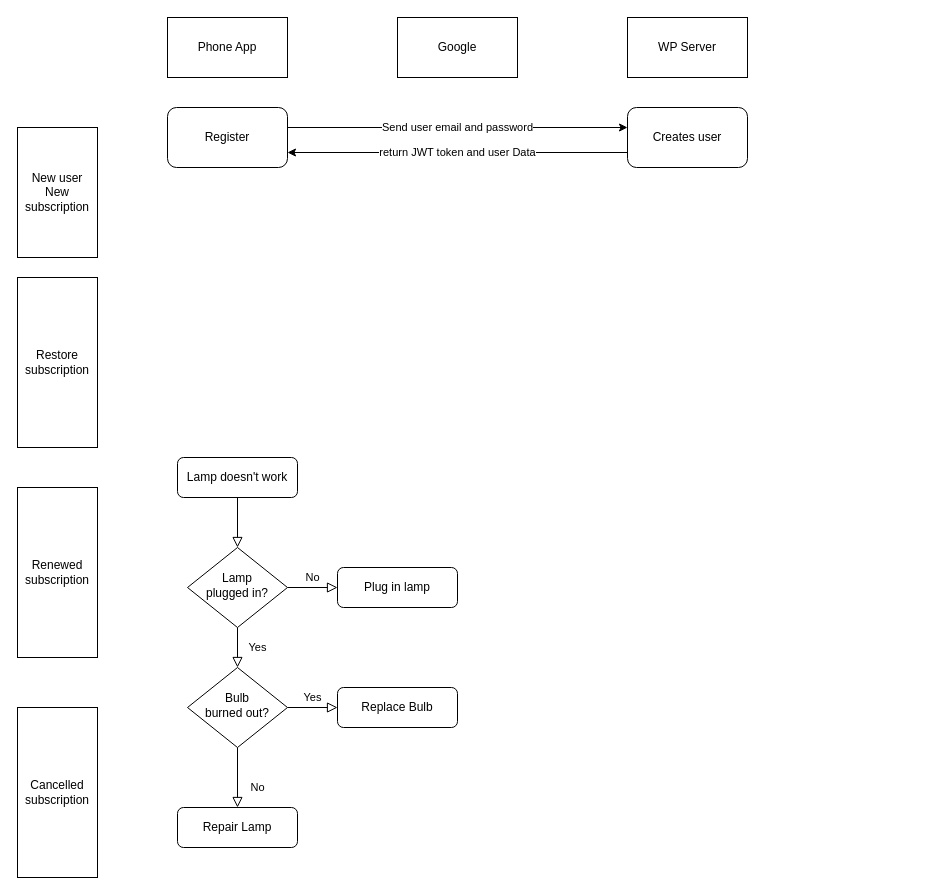
Before: Untitled Diagram.drawio in alordiel/block-schemas, a draw.io diagram. Source tidied: cells renumbered, new cells numbered last; positions are measured from the earlier drawing's top-left corner, leaving out a move shared by most shapes. Both pictures are drawn from the tidied source at 100%, with x=0, y=0 at pixel (17, 17).
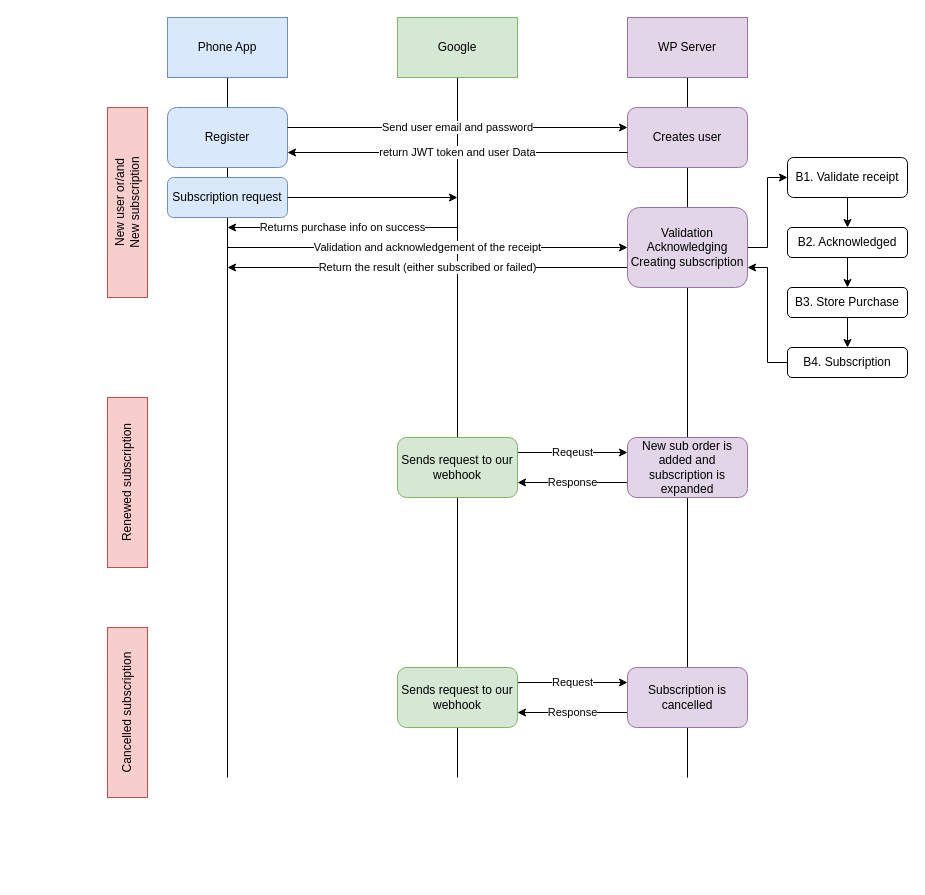
Above is the later version.

Commit message:
Finished the main processes

What changed in the source:
```diff
@@
-    <mxCell id="2" style="rounded=0;html=1;jettySize=auto;fontSize=11;endArrow=block;endFill=0;endSize=8;strokeWidth=1;shadow=0;labelBackgroundColor=none;edgeStyle=orthogonalEdgeStyle;" parent="1" edge="1" source="3" target="6">
-      <mxGeometry relative="1" as="geometry" />
-    </mxCell>
-    <mxCell id="3" value="Lamp doesn't work" style="rounded=1;whiteSpace=wrap;html=1;fontSize=12;glass=0;strokeWidth=1;shadow=0;" parent="1" vertex="1">
-      <mxGeometry x="160" y="440" width="120" height="40" as="geometry" />
-    </mxCell>
-    <mxCell id="4" value="Yes" style="rounded=0;html=1;jettySize=auto;fontSize=11;endArrow=block;endFill=0;endSize=8;strokeWidth=1;shadow=0;labelBackgroundColor=none;edgeStyle=orthogonalEdgeStyle;" parent="1" edge="1" source="6" target="10">
-      <mxGeometry y="20" relative="1" as="geometry" />
-    </mxCell>
-    <mxCell id="5" value="No" style="edgeStyle=orthogonalEdgeStyle;rounded=0;html=1;jettySize=auto;fontSize=11;endArrow=block;endFill=0;endSize=8;strokeWidth=1;shadow=0;labelBackgroundColor=none;" parent="1" edge="1" source="6" target="7">
-      <mxGeometry y="10" relative="1" as="geometry" />
-    </mxCell>
-    <mxCell id="6" value="Lamp&lt;br&gt;plugged in?" style="rhombus;whiteSpace=wrap;html=1;shadow=0;fontFamily=Helvetica;fontSize=12;align=center;strokeWidth=1;spacing=6;spacingTop=-4;" parent="1" vertex="1">
-      <mxGeometry x="170" y="530" width="100" height="80" as="geometry" />
-    </mxCell>
-    <mxCell id="7" value="Plug in lamp" style="rounded=1;whiteSpace=wrap;html=1;fontSize=12;glass=0;strokeWidth=1;shadow=0;" parent="1" vertex="1">
-      <mxGeometry x="320" y="550" width="120" height="40" as="geometry" />
-    </mxCell>
-    <mxCell id="8" value="No" style="rounded=0;html=1;jettySize=auto;fontSize=11;endArrow=block;endFill=0;endSize=8;strokeWidth=1;shadow=0;labelBackgroundColor=none;edgeStyle=orthogonalEdgeStyle;" parent="1" edge="1" source="10" target="11">
-      <mxGeometry x="0.33" y="20" relative="1" as="geometry" />
-    </mxCell>
-    <mxCell id="9" value="Yes" style="edgeStyle=orthogonalEdgeStyle;rounded=0;html=1;jettySize=auto;fontSize=11;endArrow=block;endFill=0;endSize=8;strokeWidth=1;shadow=0;labelBackgroundColor=none;" parent="1" edge="1" source="10" target="12">
-      <mxGeometry y="10" relative="1" as="geometry" />
-    </mxCell>
-    <mxCell id="10" value="Bulb&lt;br&gt;burned out?" style="rhombus;whiteSpace=wrap;html=1;shadow=0;fontFamily=Helvetica;fontSize=12;align=center;strokeWidth=1;spacing=6;spacingTop=-4;" parent="1" vertex="1">
-      <mxGeometry x="170" y="650" width="100" height="80" as="geometry" />
-    </mxCell>
-    <mxCell id="11" value="Repair Lamp" style="rounded=1;whiteSpace=wrap;html=1;fontSize=12;glass=0;strokeWidth=1;shadow=0;" parent="1" vertex="1">
-      <mxGeometry x="160" y="790" width="120" height="40" as="geometry" />
-    </mxCell>
-    <mxCell id="12" value="Replace Bulb" style="rounded=1;whiteSpace=wrap;html=1;fontSize=12;glass=0;strokeWidth=1;shadow=0;" parent="1" vertex="1">
-      <mxGeometry x="320" y="670" width="120" height="40" as="geometry" />
-    </mxCell>
+    <mxCell id="24" style="endArrow=none;html=1;rounded=0;entryX=0.5;entryY=1;entryDx=0;entryDy=0;" parent="1" edge="1" target="14">
+      <mxGeometry relative="1" as="geometry">
+        <mxPoint x="210" y="760" as="sourcePoint" />
+      </mxGeometry>
+    </mxCell>
+    <mxCell id="25" style="endArrow=none;html=1;rounded=0;" parent="1" edge="1" source="34">
+      <mxGeometry relative="1" as="geometry">
+        <mxPoint x="670" y="60" as="targetPoint" />
+      </mxGeometry>
+    </mxCell>
+    <mxCell id="26" style="endArrow=none;html=1;rounded=0;" parent="1" edge="1" source="47">
+      <mxGeometry relative="1" as="geometry">
+        <mxPoint x="440" y="60" as="targetPoint" />
+      </mxGeometry>
+    </mxCell>
-    <mxCell id="13" value="Creates user" style="rounded=1;whiteSpace=wrap;html=1;" parent="1" vertex="1">
+    <mxCell id="13" value="Creates user" style="rounded=1;whiteSpace=wrap;html=1;fillColor=#e1d5e7;strokeColor=#9673a6;" parent="1" vertex="1">
       <mxGeometry x="610" y="90" width="120" height="60" as="geometry" />
     </mxCell>
-    <mxCell id="14" value="Phone App" style="rounded=0;whiteSpace=wrap;html=1;" parent="1" vertex="1">
+    <mxCell id="14" value="Phone App" style="rounded=0;whiteSpace=wrap;html=1;fillColor=#dae8fc;strokeColor=#6c8ebf;" parent="1" vertex="1">
       <mxGeometry x="150" width="120" height="60" as="geometry" />
     </mxCell>
-    <mxCell id="15" value="Google" style="rounded=0;whiteSpace=wrap;html=1;" parent="1" vertex="1">
+    <mxCell id="15" value="Google" style="rounded=0;whiteSpace=wrap;html=1;fillColor=#d5e8d4;strokeColor=#82b366;" parent="1" vertex="1">
       <mxGeometry x="380" width="120" height="60" as="geometry" />
     </mxCell>
-    <mxCell id="16" value="WP Server" style="rounded=0;whiteSpace=wrap;html=1;" parent="1" vertex="1">
+    <mxCell id="16" value="WP Server" style="rounded=0;whiteSpace=wrap;html=1;fillColor=#e1d5e7;strokeColor=#9673a6;" parent="1" vertex="1">
       <mxGeometry x="610" width="120" height="60" as="geometry" />
     </mxCell>
-    <mxCell id="17" value="&lt;div&gt;New user&lt;/div&gt;&lt;div&gt;New subscription&lt;br&gt;&lt;/div&gt;" style="rounded=0;whiteSpace=wrap;html=1;" parent="1" vertex="1">
-      <mxGeometry y="110" width="80" height="130" as="geometry" />
+    <mxCell id="17" value="&lt;div&gt;New user or/and&lt;br&gt;&lt;/div&gt;&lt;div&gt;New subscription&lt;br&gt;&lt;/div&gt;" style="rounded=0;whiteSpace=wrap;html=1;horizontal=0;fillColor=#f8cecc;strokeColor=#b85450;" parent="1" vertex="1">
+      <mxGeometry x="90" y="90" width="40" height="190" as="geometry" />
     </mxCell>
-    <mxCell id="18" value="Restore subscription" style="rounded=0;whiteSpace=wrap;html=1;" parent="1" vertex="1">
-      <mxGeometry y="260" width="80" height="170" as="geometry" />
-    </mxCell>
-    <mxCell id="19" value="Cancelled subscription" style="rounded=0;whiteSpace=wrap;html=1;" parent="1" vertex="1">
-      <mxGeometry y="690" width="80" height="170" as="geometry" />
+    <mxCell id="19" value="Cancelled subscription" style="rounded=0;whiteSpace=wrap;html=1;horizontal=0;fillColor=#f8cecc;strokeColor=#b85450;" parent="1" vertex="1">
+      <mxGeometry x="90" y="610" width="40" height="170" as="geometry" />
     </mxCell>
-    <mxCell id="20" value="Renewed subscription" style="rounded=0;whiteSpace=wrap;html=1;" parent="1" vertex="1">
-      <mxGeometry y="470" width="80" height="170" as="geometry" />
+    <mxCell id="20" value="Renewed subscription" style="rounded=0;whiteSpace=wrap;html=1;horizontal=0;fillColor=#f8cecc;strokeColor=#b85450;" parent="1" vertex="1">
+      <mxGeometry x="90" y="380" width="40" height="170" as="geometry" />
     </mxCell>
-    <mxCell id="21" value="Register" style="rounded=1;whiteSpace=wrap;html=1;" parent="1" vertex="1">
+    <mxCell id="21" value="Register" style="rounded=1;whiteSpace=wrap;html=1;fillColor=#dae8fc;strokeColor=#6c8ebf;" parent="1" vertex="1">
       <mxGeometry x="150" y="90" width="120" height="60" as="geometry" />
     </mxCell>
@@
+    <mxCell id="27" value="Subscription request" style="rounded=1;whiteSpace=wrap;html=1;fillColor=#dae8fc;strokeColor=#6c8ebf;" parent="1" vertex="1">
+      <mxGeometry x="150" y="160" width="120" height="40" as="geometry" />
+    </mxCell>
+    <mxCell id="28" style="endArrow=classic;html=1;rounded=0;exitX=1;exitY=0.5;exitDx=0;exitDy=0;" parent="1" edge="1" source="27">
+      <mxGeometry relative="1" as="geometry">
+        <mxPoint x="440" y="180" as="targetPoint" />
+      </mxGeometry>
+    </mxCell>
+    <mxCell id="29" value="Returns purchase info on success" style="endArrow=classic;html=1;rounded=0;" parent="1" edge="1">
+      <mxGeometry relative="1" as="geometry">
+        <mxPoint x="440" y="210" as="sourcePoint" />
+        <mxPoint x="210" y="210" as="targetPoint" />
+      </mxGeometry>
+    </mxCell>
+    <mxCell id="30" value="Validation and acknowledgement of the receipt " style="endArrow=classic;html=1;rounded=0;entryX=0;entryY=0.5;entryDx=0;entryDy=0;" parent="1" edge="1" target="34">
+      <mxGeometry relative="1" as="geometry">
+        <mxPoint x="210" y="230" as="sourcePoint" />
+      </mxGeometry>
+    </mxCell>
+    <mxCell id="31" value="Return the result (either subscribed or failed)" style="endArrow=classic;html=1;rounded=0;exitX=0;exitY=0.75;exitDx=0;exitDy=0;" parent="1" edge="1">
+      <mxGeometry relative="1" as="geometry">
+        <mxPoint x="610" y="250" as="sourcePoint" />
+        <mxPoint x="210" y="250" as="targetPoint" />
+        <Array as="points">
+          <mxPoint x="410" y="250" />
+        </Array>
+      </mxGeometry>
+    </mxCell>
+    <mxCell id="32" style="endArrow=none;html=1;rounded=0;" parent="1" edge="1" target="34">
+      <mxGeometry relative="1" as="geometry">
+        <mxPoint x="670" y="760" as="sourcePoint" />
+      </mxGeometry>
+    </mxCell>
+    <mxCell id="33" style="edgeStyle=orthogonalEdgeStyle;rounded=0;jettySize=auto;html=1;exitX=1;exitY=0.5;exitDx=0;exitDy=0;entryX=0;entryY=0.5;entryDx=0;entryDy=0;" parent="1" edge="1" source="34" target="36">
+      <mxGeometry relative="1" as="geometry" />
+    </mxCell>
+    <mxCell id="34" value="Validation&lt;br&gt;Acknowledging&lt;br&gt;Creating subscription" style="rounded=1;whiteSpace=wrap;html=1;fillColor=#e1d5e7;strokeColor=#9673a6;" parent="1" vertex="1">
+      <mxGeometry x="610" y="190" width="120" height="80" as="geometry" />
+    </mxCell>
+    <mxCell id="35" style="edgeStyle=orthogonalEdgeStyle;rounded=0;jettySize=auto;html=1;entryX=0.5;entryY=0;entryDx=0;entryDy=0;" parent="1" edge="1" source="36" target="38">
+      <mxGeometry relative="1" as="geometry" />
+    </mxCell>
+    <mxCell id="36" value="&lt;div&gt;B1. Validate receipt&lt;/div&gt;" style="rounded=1;whiteSpace=wrap;html=1;" parent="1" vertex="1">
+      <mxGeometry x="770" y="140" width="120" height="40" as="geometry" />
+    </mxCell>
+    <mxCell id="37" style="edgeStyle=orthogonalEdgeStyle;rounded=0;jettySize=auto;html=1;exitX=0.5;exitY=1;exitDx=0;exitDy=0;entryX=0.5;entryY=0;entryDx=0;entryDy=0;" parent="1" edge="1" source="38" target="42">
+      <mxGeometry relative="1" as="geometry" />
+    </mxCell>
+    <mxCell id="38" value="B2. Acknowledged" style="rounded=1;whiteSpace=wrap;html=1;" parent="1" vertex="1">
+      <mxGeometry x="770" y="210" width="120" height="30" as="geometry" />
+    </mxCell>
+    <mxCell id="39" style="edgeStyle=orthogonalEdgeStyle;rounded=0;jettySize=auto;html=1;entryX=1;entryY=0.75;entryDx=0;entryDy=0;" parent="1" edge="1" source="40" target="34">
+      <mxGeometry relative="1" as="geometry" />
+    </mxCell>
+    <mxCell id="40" value="B4. Subscription" style="rounded=1;whiteSpace=wrap;html=1;" parent="1" vertex="1">
+      <mxGeometry x="770" y="330" width="120" height="30" as="geometry" />
+    </mxCell>
+    <mxCell id="41" style="edgeStyle=orthogonalEdgeStyle;rounded=0;jettySize=auto;html=1;" parent="1" edge="1" source="42" target="40">
+      <mxGeometry relative="1" as="geometry" />
+    </mxCell>
+    <mxCell id="42" value="B3. Store Purchase" style="rounded=1;whiteSpace=wrap;html=1;" parent="1" vertex="1">
+      <mxGeometry x="770" y="270" width="120" height="30" as="geometry" />
+    </mxCell>
+    <mxCell id="43" value="Reqeust" style="edgeStyle=orthogonalEdgeStyle;rounded=0;jettySize=auto;html=1;exitX=1;exitY=0.25;exitDx=0;exitDy=0;entryX=0;entryY=0.25;entryDx=0;entryDy=0;" parent="1" edge="1" source="44" target="49">
+      <mxGeometry relative="1" as="geometry" />
+    </mxCell>
+    <mxCell id="44" value="Sends request to our webhook" style="rounded=1;whiteSpace=wrap;html=1;fillColor=#d5e8d4;strokeColor=#82b366;" parent="1" vertex="1">
+      <mxGeometry x="380" y="420" width="120" height="60" as="geometry" />
+    </mxCell>
+    <mxCell id="45" style="endArrow=none;html=1;rounded=0;" parent="1" edge="1" target="47">
+      <mxGeometry relative="1" as="geometry">
+        <mxPoint x="440" y="760" as="sourcePoint" />
+      </mxGeometry>
+    </mxCell>
+    <mxCell id="46" value="Request" style="edgeStyle=orthogonalEdgeStyle;rounded=0;jettySize=auto;html=1;exitX=1;exitY=0.25;exitDx=0;exitDy=0;entryX=0;entryY=0.25;entryDx=0;entryDy=0;" parent="1" edge="1" source="47" target="51">
+      <mxGeometry relative="1" as="geometry" />
+    </mxCell>
+    <mxCell id="47" value="Sends request to our webhook" style="rounded=1;whiteSpace=wrap;html=1;fillColor=#d5e8d4;strokeColor=#82b366;" parent="1" vertex="1">
+      <mxGeometry x="380" y="650" width="120" height="60" as="geometry" />
+    </mxCell>
+    <mxCell id="48" value="Response" style="edgeStyle=orthogonalEdgeStyle;rounded=0;jettySize=auto;html=1;exitX=0;exitY=0.75;exitDx=0;exitDy=0;entryX=1;entryY=0.75;entryDx=0;entryDy=0;" parent="1" edge="1" source="49" target="44">
+      <mxGeometry relative="1" as="geometry" />
+    </mxCell>
+    <mxCell id="49" value="New sub order is added and subscription is expanded" style="rounded=1;whiteSpace=wrap;html=1;fillColor=#e1d5e7;strokeColor=#9673a6;" parent="1" vertex="1">
+      <mxGeometry x="610" y="420" width="120" height="60" as="geometry" />
+    </mxCell>
+    <mxCell id="50" value="Response" style="edgeStyle=orthogonalEdgeStyle;rounded=0;jettySize=auto;html=1;exitX=0;exitY=0.75;exitDx=0;exitDy=0;entryX=1;entryY=0.75;entryDx=0;entryDy=0;" parent="1" edge="1" source="51" target="47">
+      <mxGeometry relative="1" as="geometry" />
+    </mxCell>
+    <mxCell id="51" value="Subscription is cancelled" style="rounded=1;whiteSpace=wrap;html=1;fillColor=#e1d5e7;strokeColor=#9673a6;" parent="1" vertex="1">
+      <mxGeometry x="610" y="650" width="120" height="60" as="geometry" />
+    </mxCell>
```
